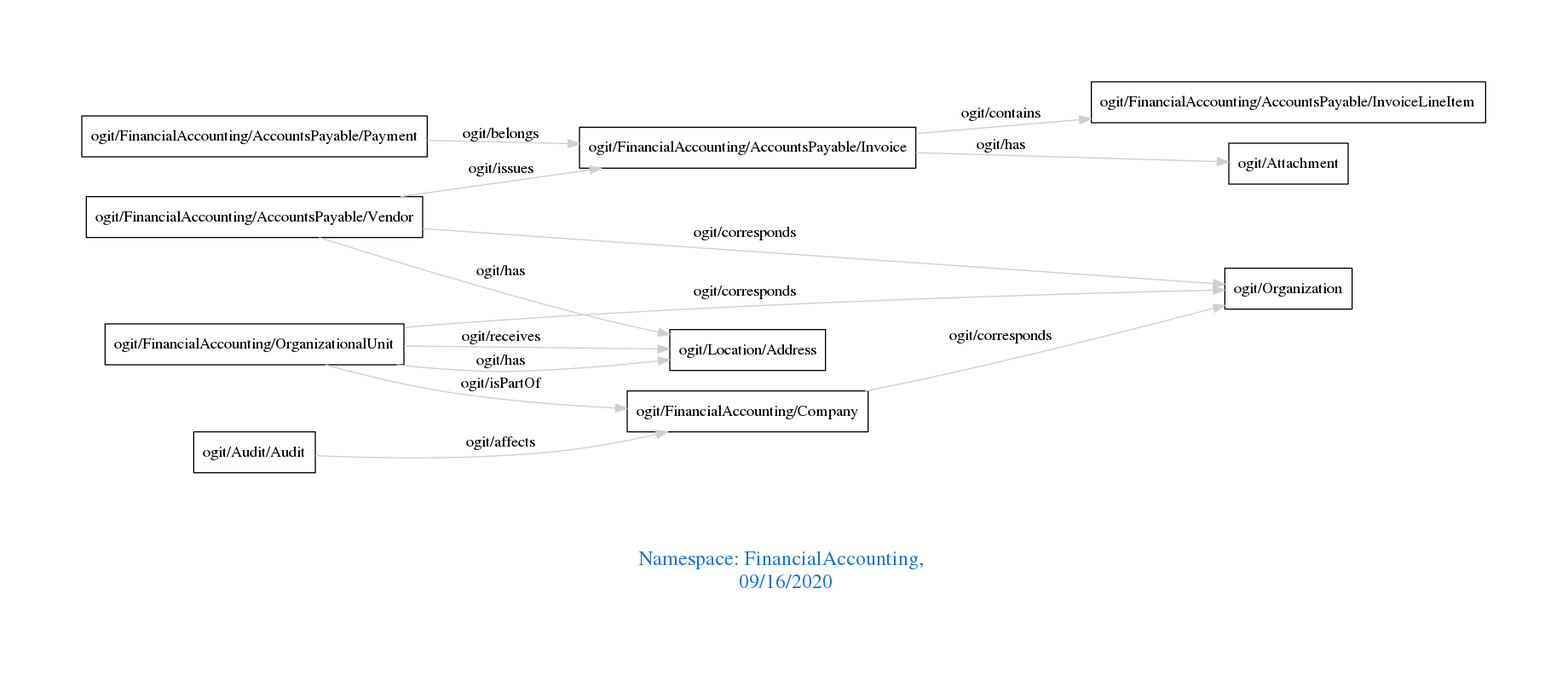
Before: downloads/FinancialAccounting.png, a diagram exported from Graphviz (arago/OGIT). Its source is kept beside it as downloads/FinancialAccounting.dot.
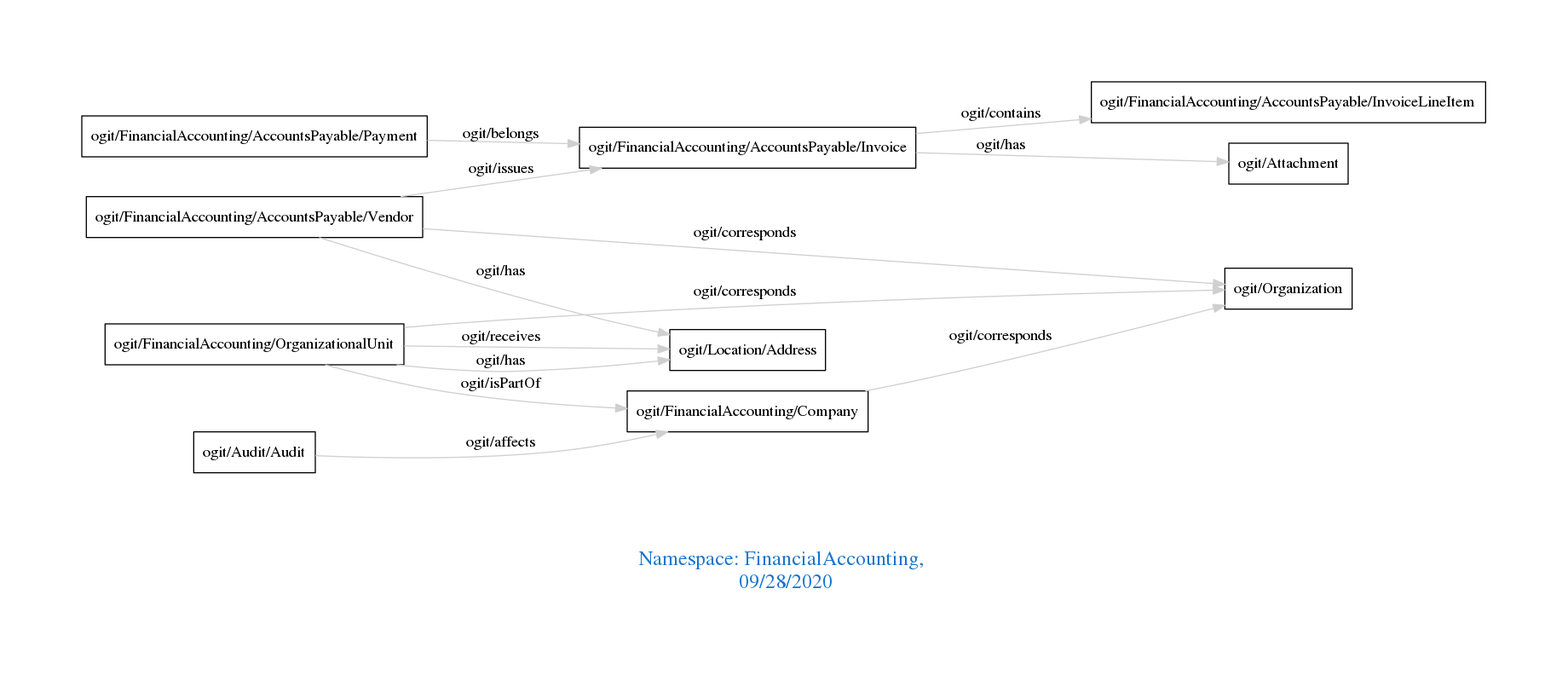
After the commit.

Change to the diagram source:
```diff
@@ -1,7 +1,7 @@
 digraph OGIT_ontology {
  graph [ rankdir= LR,pad=1
 fontsize = 18,
-fontcolor= dodgerblue3,label = "\n\n\nNamespace: FinancialAccounting, \n 09/16/2020"];
+fontcolor= dodgerblue3,label = "\n\n\nNamespace: FinancialAccounting, \n 09/28/2020"];
 node[shape=polygon];
 edge [  color="gray81"];
 
```
